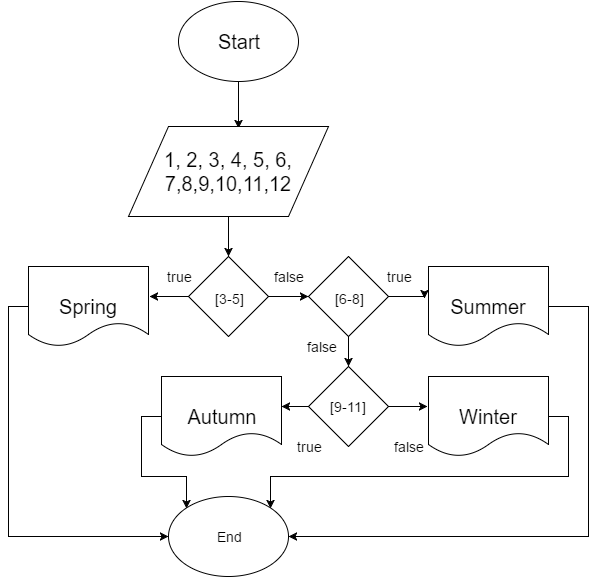
The draw.io diagram second.png in LiM10/25.01.2017, before a commit. Source tidied: cells renumbered, new cells last; positions are measured from the earlier drawing's top-left corner, leaving out a move shared by most shapes.
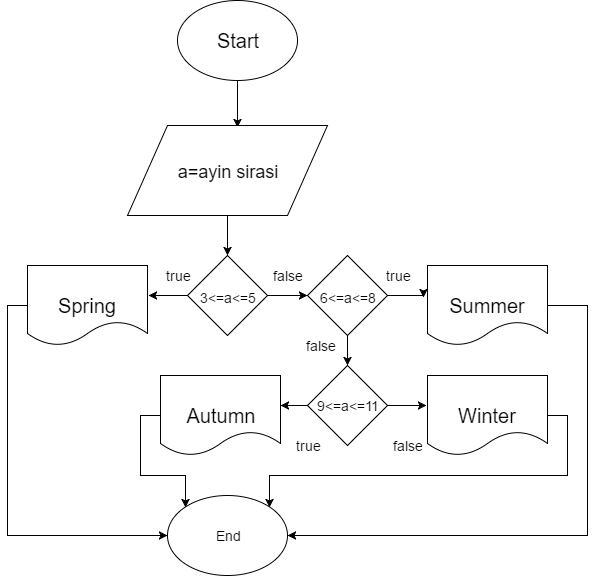
After the change.

What changed in the source:
```diff
@@ -11,7 +11,7 @@
     <mxCell id="4" style="edgeStyle=orthogonalEdgeStyle;rounded=0;html=1;exitX=0.5;exitY=1;entryX=0.5;entryY=0;jettySize=auto;fontSize=20;" parent="1" edge="1" source="5" target="8">
       <mxGeometry relative="1" as="geometry" />
     </mxCell>
-    <mxCell id="5" value="&lt;div style=&quot;text-align: center&quot;&gt;1, 2, 3, 4, 5, 6,&lt;/div&gt;&lt;div style=&quot;text-align: center&quot;&gt;7,8,9,10,11,12&lt;/div&gt;" style="shape=parallelogram;whiteSpace=wrap;html=1;fontSize=20;" parent="1" vertex="1">
+    <mxCell id="5" value="&lt;div style=&quot;text-align: center&quot;&gt;&lt;font style=&quot;font-size: 18px&quot;&gt;a=ayin sirasi&lt;/font&gt;&lt;/div&gt;" style="shape=parallelogram;whiteSpace=wrap;html=1;fontSize=20;" parent="1" vertex="1">
       <mxGeometry x="100" y="125" width="200" height="90" as="geometry" />
     </mxCell>
     <mxCell id="6" style="edgeStyle=orthogonalEdgeStyle;rounded=0;html=1;exitX=0;exitY=0.5;entryX=1.008;entryY=0.375;entryPerimeter=0;jettySize=auto;fontSize=20;" parent="1" edge="1" source="8" target="10">
@@ -20,7 +20,7 @@
     <mxCell id="7" style="edgeStyle=orthogonalEdgeStyle;rounded=0;html=1;exitX=1;exitY=0.5;entryX=0;entryY=0.5;jettySize=auto;fontSize=20;" parent="1" edge="1" source="8" target="19">
       <mxGeometry relative="1" as="geometry" />
     </mxCell>
-    <mxCell id="8" value="&lt;font style=&quot;font-size: 14px&quot;&gt;[3-5]&lt;/font&gt;" style="rhombus;whiteSpace=wrap;html=1;fontSize=20;" parent="1" vertex="1">
+    <mxCell id="8" value="&lt;font style=&quot;font-size: 14px&quot;&gt;3&amp;lt;=a&amp;lt;=5&lt;/font&gt;" style="rhombus;whiteSpace=wrap;html=1;fontSize=20;" parent="1" vertex="1">
       <mxGeometry x="160" y="255" width="80" height="80" as="geometry" />
     </mxCell>
     <mxCell id="9" style="edgeStyle=orthogonalEdgeStyle;rounded=0;html=1;exitX=0;exitY=0.5;entryX=0;entryY=0.5;jettySize=auto;fontSize=14;" parent="1" edge="1" source="10" target="30">
@@ -58,7 +58,7 @@
     <mxCell id="18" style="edgeStyle=orthogonalEdgeStyle;rounded=0;html=1;exitX=1;exitY=0.5;entryX=-0.033;entryY=0.4;entryPerimeter=0;jettySize=auto;fontSize=14;" parent="1" edge="1" source="19" target="16">
       <mxGeometry relative="1" as="geometry" />
     </mxCell>
-    <mxCell id="19" value="&lt;font style=&quot;font-size: 14px&quot;&gt;[6-8]&lt;/font&gt;" style="rhombus;whiteSpace=wrap;html=1;fontSize=20;" parent="1" vertex="1">
+    <mxCell id="19" value="&lt;span style=&quot;font-size: 14px&quot;&gt;6&amp;lt;=a&amp;lt;=8&lt;/span&gt;" style="rhombus;whiteSpace=wrap;html=1;fontSize=20;" parent="1" vertex="1">
       <mxGeometry x="280" y="255" width="80" height="80" as="geometry" />
     </mxCell>
     <mxCell id="20" style="edgeStyle=orthogonalEdgeStyle;rounded=0;html=1;exitX=0;exitY=0.5;entryX=1;entryY=0.375;entryPerimeter=0;jettySize=auto;fontSize=14;" parent="1" edge="1" source="22" target="14">
@@ -67,7 +67,7 @@
     <mxCell id="21" style="edgeStyle=orthogonalEdgeStyle;rounded=0;html=1;exitX=1;exitY=0.5;entryX=-0.008;entryY=0.375;entryPerimeter=0;jettySize=auto;fontSize=14;" parent="1" edge="1" source="22" target="12">
       <mxGeometry relative="1" as="geometry" />
     </mxCell>
-    <mxCell id="22" value="[9-11]" style="rhombus;whiteSpace=wrap;html=1;fontSize=14;" parent="1" vertex="1">
+    <mxCell id="22" value="9&amp;lt;=a&amp;lt;=11" style="rhombus;whiteSpace=wrap;html=1;fontSize=14;" parent="1" vertex="1">
       <mxGeometry x="280" y="365" width="80" height="80" as="geometry" />
     </mxCell>
     <mxCell id="23" value="false" style="text;html=1;strokeColor=none;fillColor=none;align=center;verticalAlign=middle;whiteSpace=wrap;fontSize=14;" parent="1" vertex="1">
```
